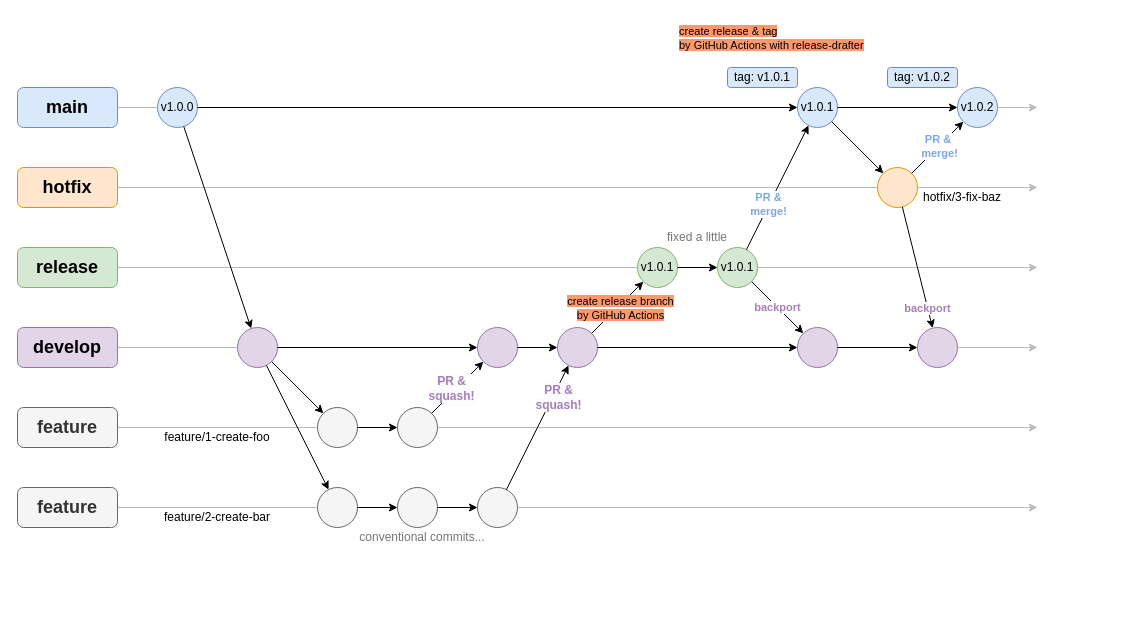
curry-battle/git-flow-boilerplate keeps this draw.io diagram as docs/gitflow.drawio. Above is the earlier version. Source tidied: cells renumbered, new cells numbered last; positions are measured from the earlier drawing's top-left corner, leaving out a move shared by most shapes. Both pictures are drawn from the tidied source at 100%, with x=0, y=0 at pixel (17, 17).
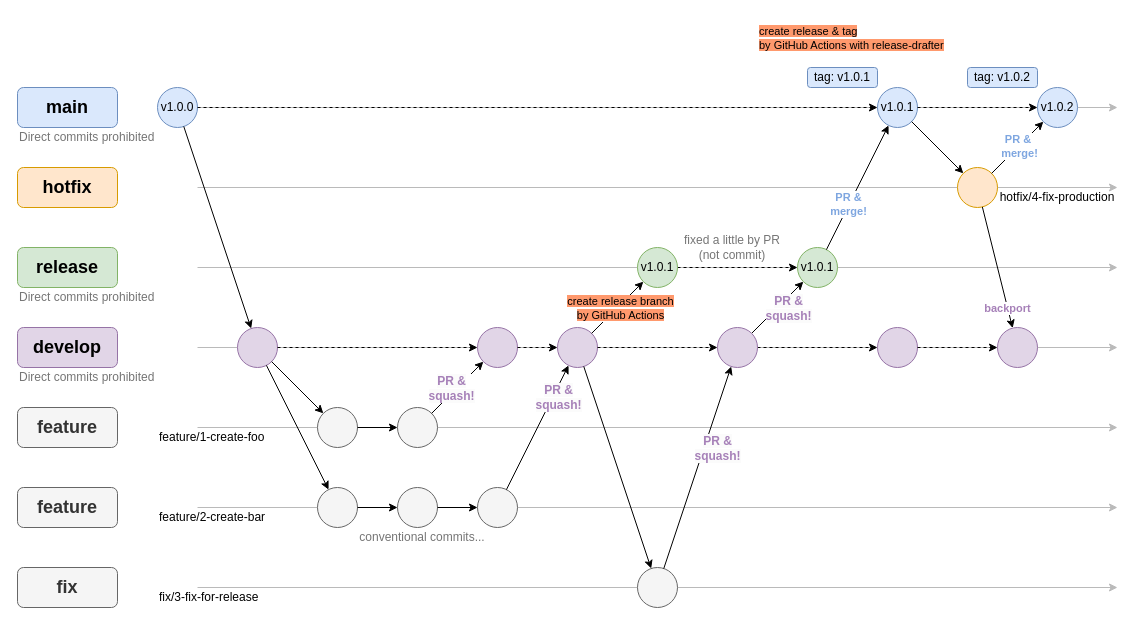
The same page after the edit.

Unchanged cells that the change refers to:
```xml
<mxCell id="15" value="v1.0.0" style="ellipse;whiteSpace=wrap;html=1;fillColor=#dae8fc;strokeColor=#6c8ebf;" parent="8" vertex="1">
  <mxGeometry x="140" y="70" width="40" height="40" as="geometry" />
</mxCell>
<mxCell id="16" style="ellipse;whiteSpace=wrap;html=1;fillColor=#e1d5e7;strokeColor=#9673a6;" parent="8" vertex="1">
  <mxGeometry x="220" y="310" width="40" height="40" as="geometry" />
</mxCell>
<mxCell id="25" style="ellipse;whiteSpace=wrap;html=1;fillColor=#e1d5e7;strokeColor=#9673a6;" parent="8" vertex="1">
  <mxGeometry x="540" y="310" width="40" height="40" as="geometry" />
</mxCell>
<mxCell id="33" style="ellipse;whiteSpace=wrap;html=1;fillColor=#e1d5e7;strokeColor=#9673a6;" parent="8" vertex="1">
  <mxGeometry x="460" y="310" width="40" height="40" as="geometry" />
</mxCell>
<mxCell id="35" value="v1.0.1" style="ellipse;whiteSpace=wrap;html=1;fillColor=#d5e8d4;strokeColor=#82b366;" parent="8" vertex="1">
  <mxGeometry x="620" y="230" width="40" height="40" as="geometry" />
</mxCell>
```

Change to the diagram source:
```diff
@@
     <mxCell id="2" style="endArrow=classic;html=1;rounded=0;exitX=1;exitY=0.5;exitDx=0;exitDy=0;strokeColor=#BABABA;" parent="1" edge="1">
       <mxGeometry relative="1" as="geometry">
-        <mxPoint x="100" y="90" as="sourcePoint" />
-        <mxPoint x="1020" y="90" as="targetPoint" />
+        <mxPoint x="180" y="90" as="sourcePoint" />
+        <mxPoint x="1100" y="90" as="targetPoint" />
       </mxGeometry>
     </mxCell>
     <mxCell id="3" style="endArrow=classic;html=1;rounded=0;exitX=1;exitY=0.5;exitDx=0;exitDy=0;strokeColor=#BABABA;" parent="1" edge="1">
       <mxGeometry relative="1" as="geometry">
-        <mxPoint x="100" y="170" as="sourcePoint" />
-        <mxPoint x="1020" y="170" as="targetPoint" />
+        <mxPoint x="180" y="170" as="sourcePoint" />
+        <mxPoint x="1100" y="170" as="targetPoint" />
       </mxGeometry>
     </mxCell>
     <mxCell id="4" style="endArrow=classic;html=1;rounded=0;exitX=1;exitY=0.5;exitDx=0;exitDy=0;strokeColor=#BABABA;" parent="1" edge="1">
       <mxGeometry relative="1" as="geometry">
-        <mxPoint x="100" y="250" as="sourcePoint" />
-        <mxPoint x="1020" y="250" as="targetPoint" />
+        <mxPoint x="180" y="250" as="sourcePoint" />
+        <mxPoint x="1100" y="250" as="targetPoint" />
       </mxGeometry>
     </mxCell>
     <mxCell id="5" style="endArrow=classic;html=1;rounded=0;exitX=1;exitY=0.5;exitDx=0;exitDy=0;strokeColor=#BABABA;" parent="1" edge="1">
       <mxGeometry relative="1" as="geometry">
-        <mxPoint x="100" y="330" as="sourcePoint" />
-        <mxPoint x="1020" y="330" as="targetPoint" />
+        <mxPoint x="180" y="330" as="sourcePoint" />
+        <mxPoint x="1100" y="330" as="targetPoint" />
       </mxGeometry>
     </mxCell>
     <mxCell id="6" style="endArrow=classic;html=1;rounded=0;exitX=1;exitY=0.5;exitDx=0;exitDy=0;strokeColor=#BABABA;" parent="1" edge="1">
       <mxGeometry relative="1" as="geometry">
-        <mxPoint x="100" y="410" as="sourcePoint" />
-        <mxPoint x="1020" y="410" as="targetPoint" />
+        <mxPoint x="180" y="410" as="sourcePoint" />
+        <mxPoint x="1100" y="410" as="targetPoint" />
       </mxGeometry>
     </mxCell>
     <mxCell id="7" style="endArrow=classic;html=1;rounded=0;exitX=1;exitY=0.5;exitDx=0;exitDy=0;strokeColor=#BABABA;" parent="1" edge="1">
       <mxGeometry relative="1" as="geometry">
-        <mxPoint x="100" y="490" as="sourcePoint" />
-        <mxPoint x="1020" y="490" as="targetPoint" />
+        <mxPoint x="180" y="490" as="sourcePoint" />
+        <mxPoint x="1100" y="490" as="targetPoint" />
       </mxGeometry>
     </mxCell>
+    <mxCell id="67" style="endArrow=classic;html=1;rounded=0;exitX=1;exitY=0.5;exitDx=0;exitDy=0;strokeColor=#BABABA;" parent="1" edge="1">
+      <mxGeometry relative="1" as="geometry">
+        <mxPoint x="180" y="570" as="sourcePoint" />
+        <mxPoint x="1100" y="570" as="targetPoint" />
+      </mxGeometry>
+    </mxCell>
@@
-    <mxCell id="34" style="endArrow=classic;html=1;rounded=0;" parent="8" edge="1" source="33" target="25">
+    <mxCell id="34" style="endArrow=classic;html=1;rounded=0;dashed=1;" parent="8" edge="1" source="33" target="25">
       <mxGeometry relative="1" as="geometry" />
     </mxCell>
+    <mxCell id="68" style="edgeStyle=orthogonalEdgeStyle;rounded=0;jettySize=auto;html=1;exitX=1;exitY=0.5;exitDx=0;exitDy=0;dashed=1;" parent="8" edge="1" source="35" target="37">
+      <mxGeometry relative="1" as="geometry" />
+    </mxCell>
@@
-    <mxCell id="36" style="endArrow=classic;html=1;rounded=0;" parent="8" edge="1" source="35" target="37">
+    <mxCell id="36" style="endArrow=classic;html=1;rounded=0;" parent="8" edge="1" source="74" target="37">
       <mxGeometry relative="1" as="geometry" />
     </mxCell>
     <mxCell id="37" value="v1.0.1" style="ellipse;whiteSpace=wrap;html=1;fillColor=#d5e8d4;strokeColor=#82b366;" parent="8" vertex="1">
-      <mxGeometry x="700" y="230" width="40" height="40" as="geometry" />
+      <mxGeometry x="780" y="230" width="40" height="40" as="geometry" />
     </mxCell>
@@
     <mxCell id="40" value="v1.0.1" style="ellipse;whiteSpace=wrap;html=1;fillColor=#dae8fc;strokeColor=#6c8ebf;" parent="8" vertex="1">
-      <mxGeometry x="780" y="70" width="40" height="40" as="geometry" />
+      <mxGeometry x="860" y="70" width="40" height="40" as="geometry" />
     </mxCell>
     <mxCell id="41" style="ellipse;whiteSpace=wrap;html=1;fillColor=#ffe6cc;strokeColor=#d79b00;" parent="8" vertex="1">
-      <mxGeometry x="860" y="150" width="40" height="40" as="geometry" />
+      <mxGeometry x="940" y="150" width="40" height="40" as="geometry" />
     </mxCell>
     <mxCell id="42" value="v1.0.2" style="ellipse;whiteSpace=wrap;html=1;fillColor=#dae8fc;strokeColor=#6c8ebf;" parent="8" vertex="1">
-      <mxGeometry x="940" y="70" width="40" height="40" as="geometry" />
+      <mxGeometry x="1020" y="70" width="40" height="40" as="geometry" />
     </mxCell>
     <mxCell id="43" style="ellipse;whiteSpace=wrap;html=1;fillColor=#e1d5e7;strokeColor=#9673a6;" parent="8" vertex="1">
-      <mxGeometry x="900" y="310" width="40" height="40" as="geometry" />
+      <mxGeometry x="980" y="310" width="40" height="40" as="geometry" />
     </mxCell>
@@
-    <mxCell id="51" style="endArrow=classic;html=1;rounded=0;" parent="8" edge="1" source="37" target="53">
-      <mxGeometry relative="1" as="geometry" />
-    </mxCell>
-    <mxCell id="52" value="&lt;span style=&quot;color: rgb(166, 128, 184); font-family: Arial, sans-serif; font-weight: 700; text-align: start; text-wrap: wrap;&quot;&gt;backport&lt;/span&gt;" style="edgeLabel;html=1;align=center;verticalAlign=middle;" parent="51" vertex="1">
-      <mxGeometry x="-0.55" relative="1" as="geometry">
-        <mxPoint x="14" y="14" as="offset" />
-      </mxGeometry>
-    </mxCell>
     <mxCell id="53" style="ellipse;whiteSpace=wrap;html=1;fillColor=#e1d5e7;strokeColor=#9673a6;" parent="8" vertex="1">
-      <mxGeometry x="780" y="310" width="40" height="40" as="geometry" />
+      <mxGeometry x="860" y="310" width="40" height="40" as="geometry" />
     </mxCell>
-    <mxCell id="54" style="endArrow=classic;html=1;rounded=0;" parent="8" edge="1" source="40" target="42">
+    <mxCell id="54" style="endArrow=classic;html=1;rounded=0;dashed=1;" parent="8" edge="1" source="40" target="42">
       <mxGeometry relative="1" as="geometry" />
     </mxCell>
-    <mxCell id="55" style="endArrow=classic;html=1;rounded=0;" parent="8" edge="1" source="15" target="40">
+    <mxCell id="55" style="endArrow=classic;html=1;rounded=0;dashed=1;" parent="8" edge="1" source="15" target="40">
       <mxGeometry relative="1" as="geometry" />
     </mxCell>
     <mxCell id="56" value="tag: v1.0.1" style="rounded=1;whiteSpace=wrap;html=1;fillColor=#dae8fc;strokeColor=#6c8ebf;" parent="8" vertex="1">
-      <mxGeometry x="710" y="50" width="70" height="20" as="geometry" />
+      <mxGeometry x="790" y="50" width="70" height="20" as="geometry" />
     </mxCell>
     <mxCell id="57" value="&lt;span style=&quot;forced-color-adjust: none; color: rgb(0, 0, 0); font-family: Helvetica; font-size: 11px; font-style: normal; font-variant-ligatures: normal; font-variant-caps: normal; letter-spacing: normal; orphans: 2; text-align: center; text-indent: 0px; text-transform: none; widows: 2; word-spacing: 0px; -webkit-text-stroke-width: 0px; white-space: nowrap; text-decoration-thickness: initial; text-decoration-style: initial; text-decoration-color: initial;&quot;&gt;&lt;font style=&quot;forced-color-adjust: none; color: rgb(0, 0, 0); background-color: rgb(255, 153, 109);&quot;&gt;create release &amp;amp; tag&lt;br style=&quot;forced-color-adjust: none;&quot;&gt;by GitHub Actions with release-drafter&lt;/font&gt;&lt;/span&gt;" style="text;whiteSpace=wrap;html=1;" parent="8" vertex="1">
-      <mxGeometry x="660" width="123" height="40" as="geometry" />
+      <mxGeometry x="740" width="123" height="40" as="geometry" />
     </mxCell>
-    <mxCell id="58" value="feature/1-create-foo" style="text;html=1;align=center;verticalAlign=middle;whiteSpace=wrap;rounded=0;" parent="8" vertex="1">
+    <mxCell id="58" value="feature/1-create-foo" style="text;html=1;align=left;verticalAlign=middle;whiteSpace=wrap;rounded=0;" parent="8" vertex="1">
       <mxGeometry x="140" y="410" width="120" height="20" as="geometry" />
     </mxCell>
-    <mxCell id="59" value="feature/2-create-bar" style="text;html=1;align=center;verticalAlign=middle;whiteSpace=wrap;rounded=0;" parent="8" vertex="1">
+    <mxCell id="59" value="feature/2-create-bar" style="text;html=1;align=left;verticalAlign=middle;whiteSpace=wrap;rounded=0;" parent="8" vertex="1">
       <mxGeometry x="140" y="490" width="120" height="20" as="geometry" />
     </mxCell>
@@
     <mxCell id="61" value="tag: v1.0.2" style="rounded=1;whiteSpace=wrap;html=1;fillColor=#dae8fc;strokeColor=#6c8ebf;" parent="8" vertex="1">
-      <mxGeometry x="870" y="50" width="70" height="20" as="geometry" />
+      <mxGeometry x="950" y="50" width="70" height="20" as="geometry" />
     </mxCell>
-    <mxCell id="62" value="fixed a little" style="text;html=1;align=center;verticalAlign=middle;whiteSpace=wrap;rounded=0;fontColor=#757575;" parent="8" vertex="1">
-      <mxGeometry x="640" y="210" width="80" height="20" as="geometry" />
+    <mxCell id="62" value="fixed a little&amp;nbsp;&lt;span style=&quot;background-color: transparent; color: light-dark(rgb(117, 117, 117), rgb(137, 137, 137));&quot;&gt;by PR&lt;/span&gt;&lt;div&gt;&lt;span style=&quot;background-color: transparent; color: light-dark(rgb(117, 117, 117), rgb(137, 137, 137));&quot;&gt;(not commit)&lt;/span&gt;&lt;/div&gt;" style="text;html=1;align=center;verticalAlign=middle;whiteSpace=wrap;rounded=0;fontColor=#757575;" parent="8" vertex="1">
+      <mxGeometry x="660" y="220" width="110" height="20" as="geometry" />
     </mxCell>
-    <mxCell id="63" style="endArrow=classic;html=1;rounded=0;" parent="8" edge="1" source="25" target="53">
+    <mxCell id="63" style="endArrow=classic;html=1;rounded=0;dashed=1;" parent="8" edge="1" source="25" target="74">
       <mxGeometry relative="1" as="geometry" />
     </mxCell>
-    <mxCell id="64" style="endArrow=classic;html=1;rounded=0;" parent="8" edge="1" source="16" target="33">
+    <mxCell id="64" style="endArrow=classic;html=1;rounded=0;dashed=1;" parent="8" edge="1" source="16" target="33">
       <mxGeometry relative="1" as="geometry" />
     </mxCell>
-    <mxCell id="65" style="endArrow=classic;html=1;rounded=0;" parent="8" edge="1" source="53" target="43">
+    <mxCell id="65" style="endArrow=classic;html=1;rounded=0;dashed=1;" parent="8" edge="1" source="53" target="43">
       <mxGeometry relative="1" as="geometry" />
     </mxCell>
-    <mxCell id="66" value="hotfix/3-fix-baz" style="text;html=1;align=center;verticalAlign=middle;whiteSpace=wrap;rounded=0;" parent="8" vertex="1">
-      <mxGeometry x="900" y="170" width="90" height="20" as="geometry" />
+    <mxCell id="66" value="hotfix/4-fix-production" style="text;html=1;align=center;verticalAlign=middle;whiteSpace=wrap;rounded=0;" parent="8" vertex="1">
+      <mxGeometry x="980" y="170" width="120" height="20" as="geometry" />
     </mxCell>
+    <mxCell id="69" value="fix" style="rounded=1;whiteSpace=wrap;html=1;fillColor=#f5f5f5;strokeColor=#666666;fontSize=18;fontStyle=1;fontColor=#333333;fontFamily=Helvetica;" parent="8" vertex="1">
+      <mxGeometry y="550" width="100" height="40" as="geometry" />
+    </mxCell>
+    <mxCell id="70" value="fix/3-fix-for-release" style="text;html=1;align=left;verticalAlign=middle;whiteSpace=wrap;rounded=0;" parent="8" vertex="1">
+      <mxGeometry x="140" y="570" width="140" height="20" as="geometry" />
+    </mxCell>
+    <mxCell id="71" style="ellipse;whiteSpace=wrap;html=1;fillColor=#f5f5f5;strokeColor=#666666;fontColor=#333333;" parent="8" vertex="1">
+      <mxGeometry x="620" y="550" width="40" height="40" as="geometry" />
+    </mxCell>
+    <mxCell id="72" style="endArrow=classic;html=1;rounded=0;" parent="8" edge="1" source="25" target="71">
+      <mxGeometry relative="1" as="geometry" />
+    </mxCell>
+    <mxCell id="73" style="edgeStyle=orthogonalEdgeStyle;rounded=0;jettySize=auto;html=1;exitX=1;exitY=0.5;exitDx=0;exitDy=0;dashed=1;" parent="8" edge="1" source="74" target="53">
+      <mxGeometry relative="1" as="geometry" />
+    </mxCell>
+    <mxCell id="74" style="ellipse;whiteSpace=wrap;html=1;fillColor=#e1d5e7;strokeColor=#9673a6;" parent="8" vertex="1">
+      <mxGeometry x="700" y="310" width="40" height="40" as="geometry" />
+    </mxCell>
+    <mxCell id="75" style="endArrow=classic;html=1;rounded=0;" parent="8" edge="1" source="71" target="74">
+      <mxGeometry relative="1" as="geometry" />
+    </mxCell>
+    <mxCell id="76" value="&lt;span style=&quot;color: rgb(166, 128, 184); font-size: 12px; font-weight: 700; text-wrap: wrap; background-color: rgb(251, 251, 251);&quot;&gt;PR &amp;amp; squash!&lt;/span&gt;" style="edgeLabel;html=1;align=center;verticalAlign=middle;" parent="75" vertex="1">
+      <mxGeometry x="-0.28" y="1" relative="1" as="geometry">
+        <mxPoint x="30" y="-47" as="offset" />
+      </mxGeometry>
+    </mxCell>
+    <mxCell id="77" value="&lt;span style=&quot;color: rgb(166, 128, 184); font-size: 12px; font-weight: 700; text-wrap: wrap; background-color: rgb(251, 251, 251);&quot;&gt;PR &amp;amp; squash!&lt;/span&gt;" style="edgeLabel;html=1;align=center;verticalAlign=middle;" parent="8" vertex="1">
+      <mxGeometry x="770" y="290" as="geometry" />
+    </mxCell>
+    <mxCell id="78" value="&lt;span style=&quot;&quot;&gt;Direct commits prohibited&lt;/span&gt;" style="text;html=1;align=left;verticalAlign=middle;whiteSpace=wrap;rounded=0;fontColor=#757575;" parent="8" vertex="1">
+      <mxGeometry y="350" width="150" height="20" as="geometry" />
+    </mxCell>
+    <mxCell id="79" value="&lt;span style=&quot;&quot;&gt;Direct commits prohibited&lt;/span&gt;" style="text;html=1;align=left;verticalAlign=middle;whiteSpace=wrap;rounded=0;fontColor=#757575;" parent="8" vertex="1">
+      <mxGeometry y="270" width="150" height="20" as="geometry" />
+    </mxCell>
+    <mxCell id="80" value="&lt;span style=&quot;&quot;&gt;Direct commits prohibited&lt;/span&gt;" style="text;html=1;align=left;verticalAlign=middle;whiteSpace=wrap;rounded=0;fontColor=#757575;" parent="8" vertex="1">
+      <mxGeometry y="110" width="150" height="20" as="geometry" />
+    </mxCell>
```
